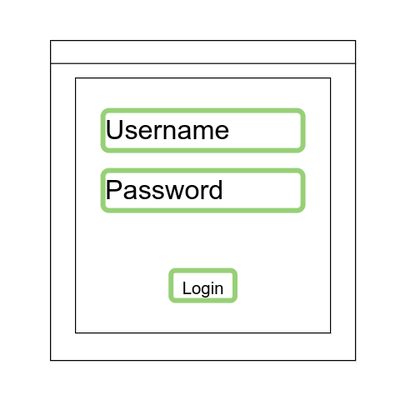
Earlier version of the draw.io export assets/img/Elements_Recognize.png (reacto11mecha/auto-attendance). Source tidied: cells renumbered, new cells last; positions are measured from the earlier drawing's top-left corner, leaving out a move shared by most shapes. Source of this version:
```xml
<mxGraphModel>
  <root>
    <mxCell id="0" />
    <mxCell id="1" parent="0" />
    <mxCell id="2" style="swimlane;fontSize=21;verticalAlign=top;" parent="1" vertex="1">
      <mxGeometry width="305" height="320" as="geometry" />
    </mxCell>
    <mxCell id="3" style="whiteSpace=wrap;html=1;fontSize=27;" parent="2" vertex="1">
      <mxGeometry x="25" y="37.5" width="255" height="255" as="geometry" />
    </mxCell>
    <mxCell id="4" value="Password" style="rounded=1;whiteSpace=wrap;html=1;fontSize=27;fillColor=#FFFFFF;strokeColor=#97D077;strokeWidth=5;align=left;" parent="2" vertex="1">
      <mxGeometry x="52.5" y="130" width="200" height="40" as="geometry" />
    </mxCell>
    <mxCell id="5" value="Username" style="rounded=1;whiteSpace=wrap;html=1;fontSize=27;strokeWidth=5;strokeColor=#97D077;align=left;" parent="2" vertex="1">
      <mxGeometry x="52.5" y="70" width="200" height="40" as="geometry" />
    </mxCell>
    <mxCell id="6" value="&lt;font style=&quot;font-size: 17px&quot;&gt;Login&lt;/font&gt;" style="rounded=1;whiteSpace=wrap;html=1;fontSize=27;align=center;horizontal=1;strokeWidth=5;strokeColor=#97D077;" parent="2" vertex="1">
      <mxGeometry x="120.5" y="230" width="64" height="30" as="geometry" />
    </mxCell>
  </root>
</mxGraphModel>
```
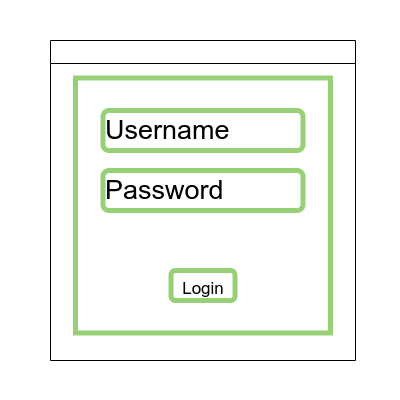
The same file after the commit.

Commit message:
docs: memperbarui penjelasan gambar yang kurang

What changed in the source:
```diff
@@ -5,7 +5,7 @@
     <mxCell id="2" style="swimlane;fontSize=21;verticalAlign=top;" parent="1" vertex="1">
       <mxGeometry width="305" height="320" as="geometry" />
     </mxCell>
-    <mxCell id="3" style="whiteSpace=wrap;html=1;fontSize=27;" parent="2" vertex="1">
+    <mxCell id="3" style="whiteSpace=wrap;html=1;fontSize=27;strokeWidth=5;strokeColor=#97D077;" parent="2" vertex="1">
       <mxGeometry x="25" y="37.5" width="255" height="255" as="geometry" />
     </mxCell>
     <mxCell id="4" value="Password" style="rounded=1;whiteSpace=wrap;html=1;fontSize=27;fillColor=#FFFFFF;strokeColor=#97D077;strokeWidth=5;align=left;" parent="2" vertex="1">
```
